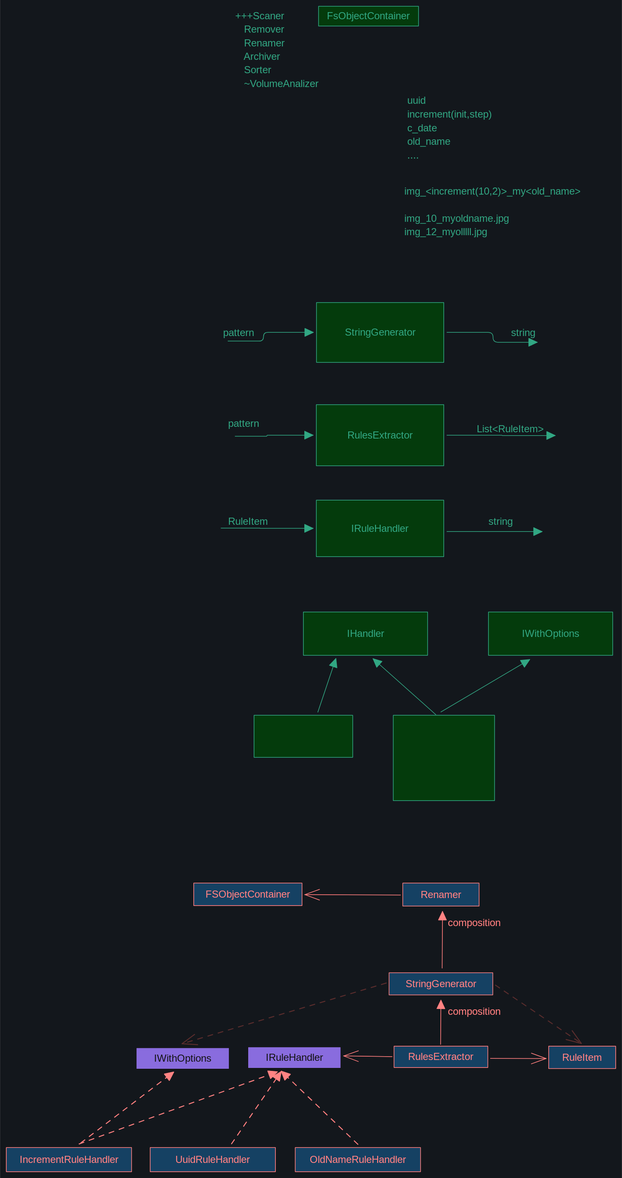
Before: FileProcessor/FileProcessor.svg, a diagram exported from Excalidraw (silvercodes/P23_dotnet). Source tidied: one line per element, renumbered; positions are measured from the earlier drawing's top-left corner, leaving out a move shared by most shapes.
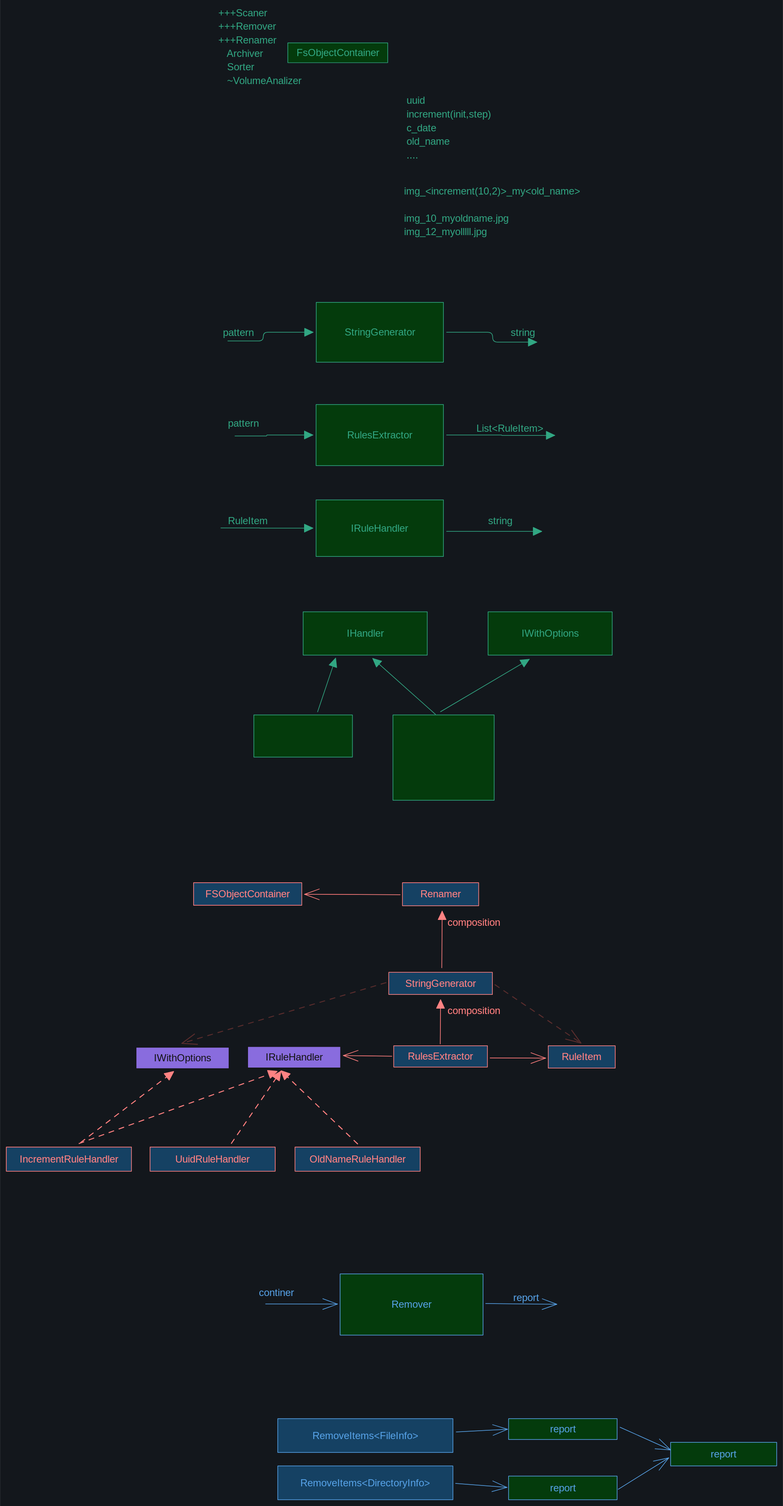
After the change.

Change to the diagram source:
```diff
@@ -1,6 +1,6 @@
-{"id": 0, "type": "text", "text": "+++Scaner\n   Remover\n   Renamer\n   Archiver\n   Sorter\n   ~VolumeAnalizer", "strokeColor": "#099268", "backgroundColor": "#b2f2bb", "fillStyle": "solid", "strokeWidth": 4, "roughness": 0, "fontSize": 16, "fontFamily": 6, "x": 365, "y": 5, "width": 151, "height": 130}
+{"id": 0, "type": "text", "text": "+++Scaner\n+++Remover\n+++Renamer\n   Archiver\n   Sorter\n   ~VolumeAnalizer", "strokeColor": "#099268", "backgroundColor": "#b2f2bb", "fillStyle": "solid", "strokeWidth": 4, "roughness": 0, "fontSize": 16, "fontFamily": 6, "x": 339, "y": 0, "width": 151, "height": 130}
-{"id": 1, "type": "rectangle", "strokeColor": "#099268", "backgroundColor": "#b2f2bb", "fillStyle": "solid", "strokeWidth": 1, "roughness": 0, "x": 499, "y": 0, "width": 160, "height": 32}
+{"id": 1, "type": "rectangle", "strokeColor": "#099268", "backgroundColor": "#b2f2bb", "fillStyle": "solid", "strokeWidth": 1, "roughness": 0, "x": 450, "y": 59, "width": 160, "height": 32}
-{"id": 2, "type": "text", "text": "FsObjectContainer", "strokeColor": "#099268", "backgroundColor": "#b2f2bb", "fillStyle": "solid", "strokeWidth": 1, "roughness": 0, "fontSize": 16, "fontFamily": 6, "textAlign": "center", "verticalAlign": "middle", "inside": 1, "x": 510, "y": 5, "width": 136, "height": 22}
+{"id": 2, "type": "text", "text": "FsObjectContainer", "strokeColor": "#099268", "backgroundColor": "#b2f2bb", "fillStyle": "solid", "strokeWidth": 1, "roughness": 0, "fontSize": 16, "fontFamily": 6, "textAlign": "center", "verticalAlign": "middle", "inside": 1, "x": 462, "y": 64, "width": 136, "height": 22}
 {"id": 3, "type": "text", "text": "img_<increment(10,2)>_my<old_name>\n\nimg_10_myoldname.jpg\nimg_12_myolllll.jpg\n", "strokeColor": "#099268", "backgroundColor": "#b2f2bb", "fillStyle": "solid", "strokeWidth": 1, "roughness": 0, "fontSize": 16, "fontFamily": 6, "x": 636, "y": 285, "width": 290, "height": 108}
 {"id": 4, "type": "text", "text": "uuid\nincrement(init,step)\nc_date\nold_name\n....\n", "strokeColor": "#099268", "backgroundColor": "#b2f2bb", "fillStyle": "solid", "strokeWidth": 1, "roughness": 0, "fontSize": 16.17, "fontFamily": 6, "x": 640, "y": 140, "width": 141, "height": 131}
 {"id": 5, "type": "rectangle", "strokeColor": "#099268", "backgroundColor": "#b2f2bb", "fillStyle": "solid", "strokeWidth": 1, "roughness": 0, "x": 495, "y": 473, "width": 203, "height": 96}
@@ -63,3 +63,23 @@
 {"id": 62, "type": "rectangle", "strokeColor": "#e03131", "backgroundColor": "#a5d8ff", "fillStyle": "solid", "strokeWidth": 1, "roughness": 0, "x": 461, "y": 1822, "width": 200, "height": 39}
 {"id": 63, "type": "text", "text": "OldNameRuleHandler", "strokeColor": "#e03131", "backgroundColor": "#a5d8ff", "fillStyle": "solid", "strokeWidth": 1, "roughness": 0, "fontSize": 16, "fontFamily": 6, "textAlign": "center", "verticalAlign": "middle", "inside": 62, "x": 480, "y": 1831, "width": 162, "height": 22}
 {"id": 64, "type": "arrow", "strokeColor": "#e03131", "backgroundColor": "#9775fa", "fillStyle": "solid", "strokeWidth": 1, "strokeStyle": "dashed", "roughness": 0, "endArrowhead": "triangle", "from": 62, "to": 45, "x": 561, "y": 1817, "width": 122, "height": 117, "points": [[0, 0], [-122, -117]]}
+{"id": 65, "type": "rectangle", "strokeColor": "#1971c2", "backgroundColor": "#b2f2bb", "fillStyle": "solid", "strokeWidth": 1, "roughness": 0, "x": 533, "y": 2025, "width": 228, "height": 98}
+{"id": 66, "type": "text", "text": "Remover", "strokeColor": "#1971c2", "backgroundColor": "#b2f2bb", "fillStyle": "solid", "strokeWidth": 1, "roughness": 0, "fontSize": 16, "fontFamily": 6, "textAlign": "center", "verticalAlign": "middle", "inside": 65, "x": 614, "y": 2063, "width": 66, "height": 22}
+{"id": 67, "type": "arrow", "strokeColor": "#1971c2", "backgroundColor": "#b2f2bb", "fillStyle": "solid", "strokeWidth": 1, "roughness": 0, "endArrowhead": "arrow", "to": 65, "x": 414, "y": 2073, "width": 115, "height": 0, "points": [[0, 0], [115, 0]]}
+{"id": 68, "type": "text", "text": "continer", "strokeColor": "#1971c2", "backgroundColor": "#b2f2bb", "fillStyle": "solid", "strokeWidth": 1, "roughness": 0, "fontSize": 16, "fontFamily": 6, "x": 404, "y": 2044, "width": 60, "height": 22}
+{"id": 69, "type": "arrow", "strokeColor": "#1971c2", "backgroundColor": "#b2f2bb", "fillStyle": "solid", "strokeWidth": 1, "roughness": 0, "endArrowhead": "arrow", "from": 65, "x": 766, "y": 2072, "width": 114, "height": 1, "points": [[0, 0], [114, 1]]}
+{"id": 70, "type": "text", "text": "report", "strokeColor": "#1971c2", "backgroundColor": "#b2f2bb", "fillStyle": "solid", "strokeWidth": 1, "roughness": 0, "fontSize": 16, "fontFamily": 6, "x": 810, "y": 2052, "width": 46, "height": 22}
+{"id": 71, "type": "rectangle", "strokeColor": "#1971c2", "backgroundColor": "#a5d8ff", "fillStyle": "solid", "strokeWidth": 1, "roughness": 0, "x": 434, "y": 2256, "width": 280, "height": 54}
+{"id": 72, "type": "text", "text": "RemoveItems<FileInfo>", "strokeColor": "#1971c2", "backgroundColor": "#a5d8ff", "fillStyle": "solid", "strokeWidth": 1, "roughness": 0, "fontSize": 16, "fontFamily": 6, "textAlign": "center", "verticalAlign": "middle", "inside": 71, "x": 487, "y": 2272, "width": 173, "height": 22}
+{"id": 73, "type": "rectangle", "strokeColor": "#1971c2", "backgroundColor": "#a5d8ff", "fillStyle": "solid", "strokeWidth": 1, "roughness": 0, "x": 434, "y": 2332, "width": 280, "height": 54}
+{"id": 74, "type": "text", "text": "RemoveItems<DirectoryInfo>", "strokeColor": "#1971c2", "backgroundColor": "#a5d8ff", "fillStyle": "solid", "strokeWidth": 1, "roughness": 0, "fontSize": 16, "fontFamily": 6, "textAlign": "center", "verticalAlign": "middle", "inside": 73, "x": 467, "y": 2348, "width": 213, "height": 22}
+{"id": 75, "type": "rectangle", "strokeColor": "#1971c2", "backgroundColor": "#b2f2bb", "fillStyle": "solid", "strokeWidth": 1, "roughness": 0, "x": 802, "y": 2256, "width": 173, "height": 33}
+{"id": 76, "type": "text", "text": "report", "strokeColor": "#1971c2", "backgroundColor": "#a5d8ff", "fillStyle": "solid", "strokeWidth": 1, "roughness": 0, "fontSize": 16, "fontFamily": 6, "textAlign": "center", "verticalAlign": "middle", "inside": 75, "x": 866, "y": 2262, "width": 46, "height": 22}
+{"id": 77, "type": "rectangle", "strokeColor": "#1971c2", "backgroundColor": "#b2f2bb", "fillStyle": "solid", "strokeWidth": 1, "roughness": 0, "x": 802, "y": 2348, "width": 173, "height": 38}
+{"id": 78, "type": "text", "text": "report", "strokeColor": "#1971c2", "backgroundColor": "#a5d8ff", "fillStyle": "solid", "strokeWidth": 1, "roughness": 0, "fontSize": 16, "fontFamily": 6, "textAlign": "center", "verticalAlign": "middle", "inside": 77, "x": 866, "y": 2356, "width": 46, "height": 22}
+{"id": 79, "type": "arrow", "strokeColor": "#1971c2", "backgroundColor": "#b2f2bb", "fillStyle": "solid", "strokeWidth": 1, "roughness": 0, "endArrowhead": "arrow", "from": 71, "to": 75, "x": 719, "y": 2277, "width": 82, "height": 4, "points": [[0, 0], [82, -4]]}
+{"id": 80, "type": "arrow", "strokeColor": "#1971c2", "backgroundColor": "#b2f2bb", "fillStyle": "solid", "strokeWidth": 1, "roughness": 0, "endArrowhead": "arrow", "from": 73, "to": 77, "x": 718, "y": 2360, "width": 82, "height": 6, "points": [[0, 0], [82, 6]]}
+{"id": 81, "type": "rectangle", "strokeColor": "#1971c2", "backgroundColor": "#b2f2bb", "fillStyle": "solid", "strokeWidth": 1, "roughness": 0, "x": 1061, "y": 2294, "width": 169, "height": 38}
+{"id": 82, "type": "text", "text": "report", "strokeColor": "#1971c2", "backgroundColor": "#b2f2bb", "fillStyle": "solid", "strokeWidth": 1, "roughness": 0, "fontSize": 16, "fontFamily": 6, "textAlign": "center", "verticalAlign": "middle", "inside": 81, "x": 1123, "y": 2302, "width": 46, "height": 22}
+{"id": 83, "type": "arrow", "strokeColor": "#1971c2", "backgroundColor": "#b2f2bb", "fillStyle": "solid", "strokeWidth": 1, "roughness": 0, "endArrowhead": "arrow", "from": 75, "to": 81, "x": 981, "y": 2270, "width": 81, "height": 36, "points": [[0, 0], [81, 36]]}
+{"id": 84, "type": "arrow", "strokeColor": "#1971c2", "backgroundColor": "#b2f2bb", "fillStyle": "solid", "strokeWidth": 1, "roughness": 0, "endArrowhead": "arrow", "from": 77, "to": 81, "x": 978, "y": 2369, "width": 81, "height": 50, "points": [[0, 0], [81, -50]]}
```
